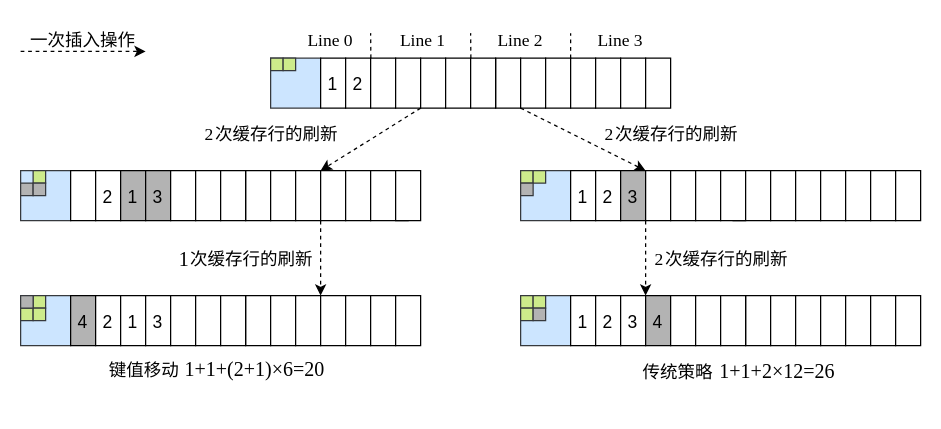
This is page "有无键值移动区别" (6 of 22) of 毕业论文.drawio from HustDsy/Picture, a draw.io file, before an edit. Source tidied: cells renumbered, new cells numbered last; positions are measured from the earlier drawing's top-left corner, leaving out a move shared by most shapes. Both pictures are drawn from the tidied source at 125%, with x=0, y=0 at pixel (20, 20).
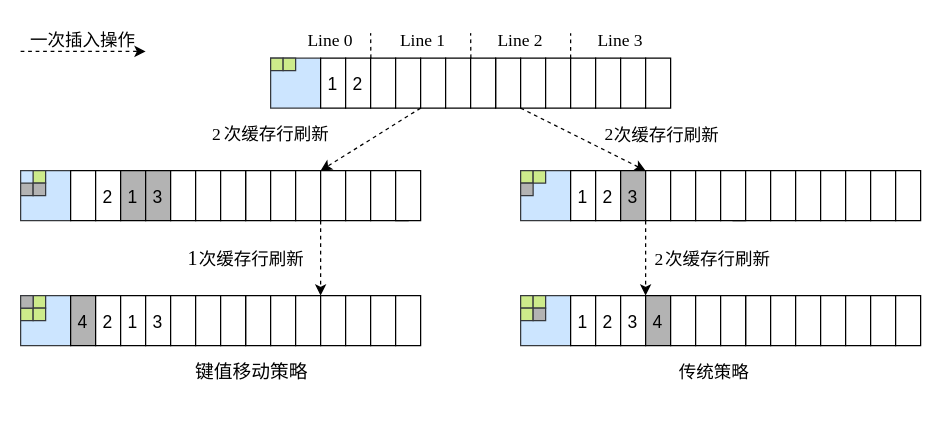
The same page after the edit.

What changed in the source:
```diff
@@
     <mxCell id="47" style="endArrow=none;rounded=0;fontFamily=Times New Roman;fontSize=14;fontColor=#FF3333;strokeColor=none;strokeWidth=1;dashed=1;" parent="1" edge="1">
       <mxGeometry relative="1" as="geometry">
-        <mxPoint x="640" y="120" as="sourcePoint" />
-        <mxPoint x="640" y="110" as="targetPoint" />
+        <mxPoint x="510" y="310" as="sourcePoint" />
+        <mxPoint x="510" y="300" as="targetPoint" />
       </mxGeometry>
     </mxCell>
@@
-    <mxCell id="50" value="传统策略" style="text;align=center;verticalAlign=middle;strokeColor=none;fillColor=none;fontSize=14;fontFamily=简宋;" parent="1" vertex="1">
-      <mxGeometry x="491" y="270" width="70" height="20" as="geometry" />
-    </mxCell>
@@
-    <mxCell id="123" value="次缓存行的刷新" style="text;align=center;verticalAlign=middle;strokeColor=none;fillColor=none;fontSize=14;fontFamily=简宋;" parent="1" vertex="1">
-      <mxGeometry x="470" y="80" width="110" height="20" as="geometry" />
+    <mxCell id="123" value="次缓存行刷新" style="text;align=center;verticalAlign=middle;strokeColor=none;fillColor=none;fontSize=14;fontFamily=简宋;" parent="1" vertex="1">
+      <mxGeometry x="467" y="81" width="100" height="20" as="geometry" />
     </mxCell>
@@
-    <mxCell id="125" value="次缓存行的刷新" style="text;align=center;verticalAlign=middle;strokeColor=none;fillColor=none;fontSize=14;fontFamily=简宋;" parent="1" vertex="1">
-      <mxGeometry x="150" y="80" width="110" height="20" as="geometry" />
+    <mxCell id="125" value="次缓存行刷新" style="text;align=center;verticalAlign=middle;strokeColor=none;fillColor=none;fontSize=14;fontFamily=简宋;" parent="1" vertex="1">
+      <mxGeometry x="155" y="80" width="100" height="20" as="geometry" />
     </mxCell>
     <mxCell id="126" value="2" style="text;align=center;verticalAlign=middle;strokeColor=none;fillColor=none;fontSize=14;fontFamily=Times New Roman;" parent="1" vertex="1">
-      <mxGeometry x="141" y="80" width="20" height="20" as="geometry" />
+      <mxGeometry x="147" y="80" width="20" height="20" as="geometry" />
     </mxCell>
-    <mxCell id="127" value="次缓存行的刷新" style="text;align=center;verticalAlign=middle;strokeColor=none;fillColor=none;fontSize=14;fontFamily=简宋;" parent="1" vertex="1">
-      <mxGeometry x="510" y="180" width="110" height="20" as="geometry" />
+    <mxCell id="127" value="次缓存行刷新" style="text;align=center;verticalAlign=middle;strokeColor=none;fillColor=none;fontSize=14;fontFamily=简宋;" parent="1" vertex="1">
+      <mxGeometry x="508" y="180" width="100" height="20" as="geometry" />
     </mxCell>
@@
-    <mxCell id="129" value="次缓存行的刷新" style="text;align=center;verticalAlign=middle;strokeColor=none;fillColor=none;fontSize=14;fontFamily=简宋;" parent="1" vertex="1">
-      <mxGeometry x="130" y="180" width="110" height="20" as="geometry" />
+    <mxCell id="129" value="次缓存行刷新" style="text;align=center;verticalAlign=middle;strokeColor=none;fillColor=none;fontSize=14;fontFamily=简宋;" parent="1" vertex="1">
+      <mxGeometry x="135" y="180" width="100" height="20" as="geometry" />
     </mxCell>
     <mxCell id="130" value="1" style="text;align=center;verticalAlign=middle;strokeColor=none;fillColor=none;fontSize=16;fontFamily=Times New Roman;" parent="1" vertex="1">
-      <mxGeometry x="121" y="180" width="20" height="20" as="geometry" />
+      <mxGeometry x="128" y="179" width="20" height="20" as="geometry" />
     </mxCell>
-    <mxCell id="131" value="1+1+2×12=26" style="text;strokeColor=none;fillColor=none;align=center;verticalAlign=middle;rounded=0;glass=0;labelBackgroundColor=default;labelBorderColor=none;fontFamily=Times New Roman;fontSize=16;" parent="1" vertex="1">
-      <mxGeometry x="575.5" y="264" width="60" height="30" as="geometry" />
-    </mxCell>
-    <mxCell id="132" value="键值移动" style="text;align=center;verticalAlign=middle;strokeColor=none;fillColor=none;fontSize=14;fontFamily=简宋;" parent="1" vertex="1">
-      <mxGeometry x="64" y="269" width="70" height="20" as="geometry" />
-    </mxCell>
-    <mxCell id="133" value="1+1+(2+1)×6=20" style="text;strokeColor=none;fillColor=none;align=center;verticalAlign=middle;rounded=0;glass=0;labelBackgroundColor=default;labelBorderColor=none;fontFamily=Times New Roman;fontSize=16;" parent="1" vertex="1">
-      <mxGeometry x="133" y="263" width="109" height="30" as="geometry" />
-    </mxCell>
-    <mxCell id="134" style="edgeStyle=none;orthogonalLoop=1;jettySize=auto;html=0;exitX=0.5;exitY=1;exitDx=0;exitDy=0;labelBackgroundColor=default;labelBorderColor=default;fontFamily=简宋;fontSize=16;elbow=vertical;" parent="1" edge="1" source="133" target="133">
-      <mxGeometry relative="1" as="geometry" />
-    </mxCell>
+    <mxCell id="135" value="键值移动策略" style="text;align=center;verticalAlign=middle;strokeColor=none;fillColor=none;fontSize=15;fontFamily=简宋;" parent="1" vertex="1">
+      <mxGeometry x="130" y="270" width="110" height="20" as="geometry" />
+    </mxCell>
+    <mxCell id="50" value="传统策略" style="text;align=center;verticalAlign=middle;strokeColor=none;fillColor=none;fontSize=14;fontFamily=简宋;" parent="1" vertex="1">
+      <mxGeometry x="520" y="270" width="70" height="20" as="geometry" />
+    </mxCell>
```
